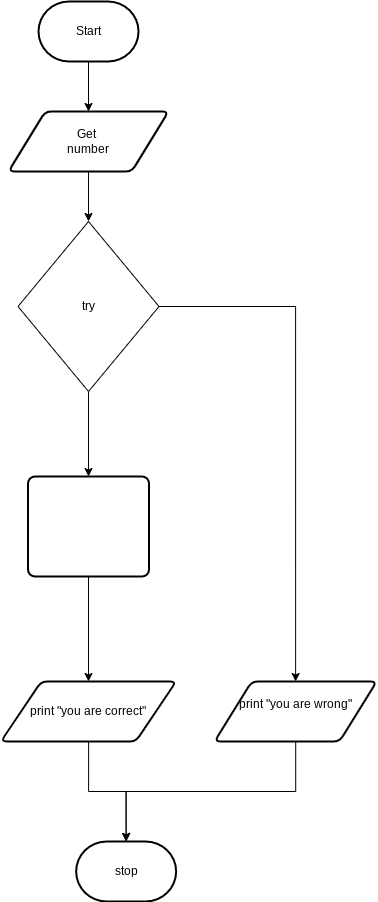
This is Flowchart.png from mohammedal-ess/ICS3U-Unit3-06-Python, a draw.io export, as it was before one commit. Source tidied: cells renumbered, new cells last; positions are measured from the earlier drawing's top-left corner, leaving out a move shared by most shapes. Its diagram source:
```xml
<mxGraphModel>
  <root>
    <mxCell id="0" />
    <mxCell id="1" parent="0" />
    <mxCell id="2" style="edgeStyle=none;html=1;entryX=0.5;entryY=0;entryDx=0;entryDy=0;" parent="1" edge="1" target="4">
      <mxGeometry relative="1" as="geometry">
        <mxPoint x="88" y="50" as="sourcePoint" />
      </mxGeometry>
    </mxCell>
    <mxCell id="3" style="edgeStyle=orthogonalEdgeStyle;html=1;entryX=0.5;entryY=0;entryDx=0;entryDy=0;rounded=0;" parent="1" edge="1" source="4" target="7">
      <mxGeometry relative="1" as="geometry" />
    </mxCell>
    <mxCell id="4" value="Get&amp;nbsp;&lt;br&gt;number" style="shape=parallelogram;html=1;strokeWidth=2;perimeter=parallelogramPerimeter;whiteSpace=wrap;rounded=1;arcSize=12;size=0.23;" parent="1" vertex="1">
      <mxGeometry x="8" y="110" width="160" height="60" as="geometry" />
    </mxCell>
    <mxCell id="5" style="edgeStyle=orthogonalEdgeStyle;rounded=0;html=1;entryX=0.5;entryY=0;entryDx=0;entryDy=0;fontColor=#FFFFFF;" parent="1" edge="1" source="7" target="16">
      <mxGeometry relative="1" as="geometry" />
    </mxCell>
    <mxCell id="6" style="edgeStyle=orthogonalEdgeStyle;rounded=0;html=1;entryX=0.5;entryY=0;entryDx=0;entryDy=0;fontColor=#FFFFFF;" parent="1" edge="1" source="7" target="10">
      <mxGeometry relative="1" as="geometry" />
    </mxCell>
    <mxCell id="7" value="try" style="rhombus;whiteSpace=wrap;html=1;" parent="1" vertex="1">
      <mxGeometry x="17.5" y="220" width="141" height="170" as="geometry" />
    </mxCell>
    <mxCell id="8" value="&lt;pre style=&quot;box-sizing: border-box ; font-size: 12px ; line-height: 1.4 ; margin: 0px ; padding: 12px ; display: block ; overflow: auto ; font-style: normal ; font-weight: 400 ; letter-spacing: normal ; text-indent: 0px ; text-transform: none ; word-spacing: 0px&quot;&gt;&lt;span class=&quot;ne&quot; style=&quot;box-sizing: border-box ; font-weight: bold&quot;&gt;&lt;font color=&quot;#ffffff&quot;&gt;Exception&lt;/font&gt;&lt;/span&gt;&lt;/pre&gt;" style="text;html=1;align=center;verticalAlign=middle;strokeColor=none;fillColor=none;" parent="1" vertex="1">
      <mxGeometry x="138" y="360" width="100" height="50" as="geometry" />
    </mxCell>
    <mxCell id="9" style="edgeStyle=orthogonalEdgeStyle;rounded=0;html=1;entryX=0.5;entryY=0;entryDx=0;entryDy=0;entryPerimeter=0;fontColor=#FFFFFF;" parent="1" edge="1" source="10" target="13">
      <mxGeometry relative="1" as="geometry">
        <Array as="points">
          <mxPoint x="295" y="790" />
          <mxPoint x="126" y="790" />
        </Array>
      </mxGeometry>
    </mxCell>
    <mxCell id="10" value="print &quot;you are wrong&quot;&lt;br&gt;&amp;nbsp;" style="shape=parallelogram;html=1;strokeWidth=2;perimeter=parallelogramPerimeter;whiteSpace=wrap;rounded=1;arcSize=12;size=0.23;" parent="1" vertex="1">
      <mxGeometry x="214" y="680" width="162.2" height="60" as="geometry" />
    </mxCell>
    <mxCell id="11" style="edgeStyle=orthogonalEdgeStyle;rounded=0;html=1;fontColor=#FFFFFF;" parent="1" edge="1" source="12" target="13">
      <mxGeometry relative="1" as="geometry" />
    </mxCell>
    <mxCell id="12" value="print &quot;you are correct&quot;" style="shape=parallelogram;html=1;strokeWidth=2;perimeter=parallelogramPerimeter;whiteSpace=wrap;rounded=1;arcSize=12;size=0.23;" parent="1" vertex="1">
      <mxGeometry x="0.4" y="680" width="175.2" height="60" as="geometry" />
    </mxCell>
    <mxCell id="13" value="stop" style="strokeWidth=2;html=1;shape=mxgraph.flowchart.terminator;whiteSpace=wrap;" parent="1" vertex="1">
      <mxGeometry x="75.6" y="840" width="100" height="60" as="geometry" />
    </mxCell>
    <mxCell id="14" value="yes" style="text;html=1;align=center;verticalAlign=middle;strokeColor=none;fillColor=none;fontColor=#FFFFFF;" parent="1" vertex="1">
      <mxGeometry x="17.5" y="375" width="30" height="20" as="geometry" />
    </mxCell>
    <mxCell id="15" style="edgeStyle=orthogonalEdgeStyle;rounded=0;html=1;entryX=0.5;entryY=0;entryDx=0;entryDy=0;fontColor=#FFFFFF;" parent="1" edge="1" source="16" target="12">
      <mxGeometry relative="1" as="geometry" />
    </mxCell>
    <mxCell id="16" value="Guessing number from 0-9" style="rounded=1;whiteSpace=wrap;html=1;absoluteArcSize=1;arcSize=14;strokeWidth=2;fontColor=#FFFFFF;" parent="1" vertex="1">
      <mxGeometry x="27.5" y="475" width="121" height="100" as="geometry" />
    </mxCell>
    <mxCell id="17" value="Start" style="strokeWidth=2;html=1;shape=mxgraph.flowchart.terminator;whiteSpace=wrap;" parent="1" vertex="1">
      <mxGeometry x="38" width="100" height="60" as="geometry" />
    </mxCell>
  </root>
</mxGraphModel>
```
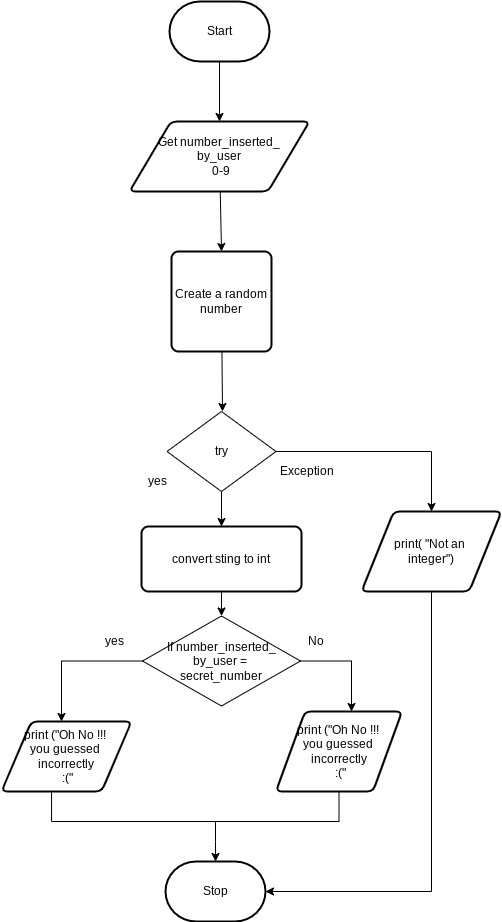
After the change.

Diff of the diagram source:
```diff
@@ -2,60 +2,112 @@
   <root>
     <mxCell id="0" />
     <mxCell id="1" parent="0" />
-    <mxCell id="2" style="edgeStyle=none;html=1;entryX=0.5;entryY=0;entryDx=0;entryDy=0;" parent="1" edge="1" target="4">
-      <mxGeometry relative="1" as="geometry">
-        <mxPoint x="88" y="50" as="sourcePoint" />
-      </mxGeometry>
-    </mxCell>
-    <mxCell id="3" style="edgeStyle=orthogonalEdgeStyle;html=1;entryX=0.5;entryY=0;entryDx=0;entryDy=0;rounded=0;" parent="1" edge="1" source="4" target="7">
-      <mxGeometry relative="1" as="geometry" />
-    </mxCell>
-    <mxCell id="4" value="Get&amp;nbsp;&lt;br&gt;number" style="shape=parallelogram;html=1;strokeWidth=2;perimeter=parallelogramPerimeter;whiteSpace=wrap;rounded=1;arcSize=12;size=0.23;" parent="1" vertex="1">
-      <mxGeometry x="8" y="110" width="160" height="60" as="geometry" />
-    </mxCell>
-    <mxCell id="5" style="edgeStyle=orthogonalEdgeStyle;rounded=0;html=1;entryX=0.5;entryY=0;entryDx=0;entryDy=0;fontColor=#FFFFFF;" parent="1" edge="1" source="7" target="16">
-      <mxGeometry relative="1" as="geometry" />
-    </mxCell>
-    <mxCell id="6" style="edgeStyle=orthogonalEdgeStyle;rounded=0;html=1;entryX=0.5;entryY=0;entryDx=0;entryDy=0;fontColor=#FFFFFF;" parent="1" edge="1" source="7" target="10">
-      <mxGeometry relative="1" as="geometry" />
-    </mxCell>
+    <mxCell id="17" style="edgeStyle=none;html=1;" parent="1" edge="1" source="18" target="20">
+      <mxGeometry relative="1" as="geometry" />
+    </mxCell>
+    <mxCell id="18" value="Start" style="strokeWidth=2;html=1;shape=mxgraph.flowchart.terminator;whiteSpace=wrap;" parent="1" vertex="1">
+      <mxGeometry x="32" y="-60" width="100" height="60" as="geometry" />
+    </mxCell>
+    <mxCell id="19" style="edgeStyle=none;html=1;" parent="1" edge="1" source="20">
+      <mxGeometry relative="1" as="geometry">
+        <mxPoint x="84" y="190" as="targetPoint" />
+      </mxGeometry>
+    </mxCell>
+    <mxCell id="20" value="Get number_inserted_&lt;br&gt;by_user&lt;br&gt;&amp;nbsp;0-9" style="shape=parallelogram;html=1;strokeWidth=2;perimeter=parallelogramPerimeter;whiteSpace=wrap;rounded=1;arcSize=12;size=0.23;" parent="1" vertex="1">
+      <mxGeometry x="-8" y="60" width="180" height="70" as="geometry" />
+    </mxCell>
+    <mxCell id="21" style="edgeStyle=elbowEdgeStyle;rounded=0;html=1;fontSize=18;" parent="1" edge="1" target="22">
+      <mxGeometry relative="1" as="geometry">
+        <mxPoint x="78" y="760" as="sourcePoint" />
+      </mxGeometry>
+    </mxCell>
+    <mxCell id="22" value="Stop" style="strokeWidth=2;html=1;shape=mxgraph.flowchart.terminator;whiteSpace=wrap;" parent="1" vertex="1">
+      <mxGeometry x="28" y="800" width="100" height="60" as="geometry" />
+    </mxCell>
+    <mxCell id="23" style="edgeStyle=none;html=1;" parent="1" edge="1" source="24">
+      <mxGeometry relative="1" as="geometry">
+        <mxPoint x="85" y="350" as="targetPoint" />
+      </mxGeometry>
+    </mxCell>
+    <mxCell id="24" value="Create a random number" style="rounded=1;whiteSpace=wrap;html=1;absoluteArcSize=1;arcSize=14;strokeWidth=2;" parent="1" vertex="1">
+      <mxGeometry x="34" y="190" width="100" height="100" as="geometry" />
+    </mxCell>
+    <mxCell id="25" style="edgeStyle=elbowEdgeStyle;html=1;fontSize=18;entryX=1;entryY=0.5;entryDx=0;entryDy=0;entryPerimeter=0;rounded=0;" parent="1" edge="1" source="26" target="22">
+      <mxGeometry relative="1" as="geometry">
+        <Array as="points">
+          <mxPoint x="294" y="650" />
+          <mxPoint x="304" y="650" />
+          <mxPoint x="294" y="540" />
+          <mxPoint x="404" y="630" />
+        </Array>
+      </mxGeometry>
+    </mxCell>
+    <mxCell id="26" value="print( &quot;Not an &lt;br&gt;integer&quot;)" style="shape=parallelogram;html=1;strokeWidth=2;perimeter=parallelogramPerimeter;whiteSpace=wrap;rounded=1;arcSize=12;size=0.23;" parent="1" vertex="1">
+      <mxGeometry x="224" y="450" width="140" height="80" as="geometry" />
+    </mxCell>
+    <mxCell id="27" style="edgeStyle=none;html=1;entryX=0.5;entryY=0;entryDx=0;entryDy=0;" parent="1" edge="1" source="7" target="36">
+      <mxGeometry relative="1" as="geometry" />
+    </mxCell>
+    <mxCell id="28" style="edgeStyle=orthogonalEdgeStyle;html=1;rounded=0;" parent="1" edge="1" source="7" target="26">
+      <mxGeometry relative="1" as="geometry">
+        <Array as="points">
+          <mxPoint x="294" y="390" />
+        </Array>
+      </mxGeometry>
+    </mxCell>
     <mxCell id="7" value="try" style="rhombus;whiteSpace=wrap;html=1;" parent="1" vertex="1">
-      <mxGeometry x="17.5" y="220" width="141" height="170" as="geometry" />
+      <mxGeometry x="29.5" y="350" width="109" height="80" as="geometry" />
     </mxCell>
+    <mxCell id="29" style="edgeStyle=orthogonalEdgeStyle;rounded=0;html=1;" parent="1" edge="1" source="31">
+      <mxGeometry relative="1" as="geometry">
+        <mxPoint x="-76" y="660" as="targetPoint" />
+      </mxGeometry>
+    </mxCell>
+    <mxCell id="30" style="edgeStyle=orthogonalEdgeStyle;rounded=0;html=1;" parent="1" edge="1" source="31">
+      <mxGeometry relative="1" as="geometry">
+        <mxPoint x="214" y="650" as="targetPoint" />
+      </mxGeometry>
+    </mxCell>
+    <mxCell id="31" value="If number_inserted_&lt;br&gt;by_user = &lt;br&gt;secret_number" style="rhombus;whiteSpace=wrap;html=1;" parent="1" vertex="1">
+      <mxGeometry x="5" y="554.5" width="158" height="90" as="geometry" />
+    </mxCell>
-    <mxCell id="8" value="&lt;pre style=&quot;box-sizing: border-box ; font-size: 12px ; line-height: 1.4 ; margin: 0px ; padding: 12px ; display: block ; overflow: auto ; font-style: normal ; font-weight: 400 ; letter-spacing: normal ; text-indent: 0px ; text-transform: none ; word-spacing: 0px&quot;&gt;&lt;span class=&quot;ne&quot; style=&quot;box-sizing: border-box ; font-weight: bold&quot;&gt;&lt;font color=&quot;#ffffff&quot;&gt;Exception&lt;/font&gt;&lt;/span&gt;&lt;/pre&gt;" style="text;html=1;align=center;verticalAlign=middle;strokeColor=none;fillColor=none;" parent="1" vertex="1">
-      <mxGeometry x="138" y="360" width="100" height="50" as="geometry" />
+    <mxCell id="8" value="Exception" style="text;html=1;align=center;verticalAlign=middle;strokeColor=none;fillColor=none;" parent="1" vertex="1">
+      <mxGeometry x="134" y="400" width="70" height="20" as="geometry" />
     </mxCell>
-    <mxCell id="9" style="edgeStyle=orthogonalEdgeStyle;rounded=0;html=1;entryX=0.5;entryY=0;entryDx=0;entryDy=0;entryPerimeter=0;fontColor=#FFFFFF;" parent="1" edge="1" source="10" target="13">
-      <mxGeometry relative="1" as="geometry">
-        <Array as="points">
-          <mxPoint x="295" y="790" />
-          <mxPoint x="126" y="790" />
-        </Array>
-      </mxGeometry>
-    </mxCell>
-    <mxCell id="10" value="print &quot;you are wrong&quot;&lt;br&gt;&amp;nbsp;" style="shape=parallelogram;html=1;strokeWidth=2;perimeter=parallelogramPerimeter;whiteSpace=wrap;rounded=1;arcSize=12;size=0.23;" parent="1" vertex="1">
-      <mxGeometry x="214" y="680" width="162.2" height="60" as="geometry" />
-    </mxCell>
-    <mxCell id="11" style="edgeStyle=orthogonalEdgeStyle;rounded=0;html=1;fontColor=#FFFFFF;" parent="1" edge="1" source="12" target="13">
-      <mxGeometry relative="1" as="geometry" />
-    </mxCell>
-    <mxCell id="12" value="print &quot;you are correct&quot;" style="shape=parallelogram;html=1;strokeWidth=2;perimeter=parallelogramPerimeter;whiteSpace=wrap;rounded=1;arcSize=12;size=0.23;" parent="1" vertex="1">
-      <mxGeometry x="0.4" y="680" width="175.2" height="60" as="geometry" />
-    </mxCell>
-    <mxCell id="13" value="stop" style="strokeWidth=2;html=1;shape=mxgraph.flowchart.terminator;whiteSpace=wrap;" parent="1" vertex="1">
-      <mxGeometry x="75.6" y="840" width="100" height="60" as="geometry" />
-    </mxCell>
-    <mxCell id="14" value="yes" style="text;html=1;align=center;verticalAlign=middle;strokeColor=none;fillColor=none;fontColor=#FFFFFF;" parent="1" vertex="1">
-      <mxGeometry x="17.5" y="375" width="30" height="20" as="geometry" />
-    </mxCell>
-    <mxCell id="15" style="edgeStyle=orthogonalEdgeStyle;rounded=0;html=1;entryX=0.5;entryY=0;entryDx=0;entryDy=0;fontColor=#FFFFFF;" parent="1" edge="1" source="16" target="12">
-      <mxGeometry relative="1" as="geometry" />
-    </mxCell>
-    <mxCell id="16" value="Guessing number from 0-9" style="rounded=1;whiteSpace=wrap;html=1;absoluteArcSize=1;arcSize=14;strokeWidth=2;fontColor=#FFFFFF;" parent="1" vertex="1">
-      <mxGeometry x="27.5" y="475" width="121" height="100" as="geometry" />
-    </mxCell>
-    <mxCell id="17" value="Start" style="strokeWidth=2;html=1;shape=mxgraph.flowchart.terminator;whiteSpace=wrap;" parent="1" vertex="1">
-      <mxGeometry x="38" width="100" height="60" as="geometry" />
-    </mxCell>
+    <mxCell id="32" value="yes" style="text;html=1;align=center;verticalAlign=middle;strokeColor=none;fillColor=none;" parent="1" vertex="1">
+      <mxGeometry x="5" y="410" width="30" height="20" as="geometry" />
+    </mxCell>
+    <mxCell id="33" value="print (&quot;Oh No !!! &lt;br&gt;you guessed &lt;br&gt;incorrectly&lt;br&gt;&amp;nbsp;:(&quot;" style="shape=parallelogram;html=1;strokeWidth=2;perimeter=parallelogramPerimeter;whiteSpace=wrap;rounded=1;arcSize=12;size=0.23;" parent="1" vertex="1">
+      <mxGeometry x="-136" y="660" width="130" height="70" as="geometry" />
+    </mxCell>
+    <mxCell id="34" value="print (&quot;Oh No !!! &lt;br&gt;you guessed &lt;br&gt;incorrectly&lt;br&gt;&amp;nbsp;:(&quot;" style="shape=parallelogram;html=1;strokeWidth=2;perimeter=parallelogramPerimeter;whiteSpace=wrap;rounded=1;arcSize=12;size=0.23;" parent="1" vertex="1">
+      <mxGeometry x="138.5" y="650" width="126" height="80" as="geometry" />
+    </mxCell>
+    <mxCell id="35" style="edgeStyle=orthogonalEdgeStyle;rounded=0;html=1;" parent="1" edge="1" source="36" target="31">
+      <mxGeometry relative="1" as="geometry">
+        <Array as="points">
+          <mxPoint x="83" y="590" />
+          <mxPoint x="83" y="590" />
+        </Array>
+      </mxGeometry>
+    </mxCell>
+    <mxCell id="36" value="convert sting to int" style="rounded=1;whiteSpace=wrap;html=1;absoluteArcSize=1;arcSize=14;strokeWidth=2;" parent="1" vertex="1">
+      <mxGeometry x="4" y="465" width="160" height="65" as="geometry" />
+    </mxCell>
+    <mxCell id="37" style="endArrow=none;html=1;rounded=0;edgeStyle=elbowEdgeStyle;elbow=vertical;entryX=0.5;entryY=1;entryDx=0;entryDy=0;exitX=0.385;exitY=1;exitDx=0;exitDy=0;exitPerimeter=0;" parent="1" edge="1" source="33" target="34">
+      <mxGeometry relative="1" as="geometry">
+        <Array as="points">
+          <mxPoint x="74" y="760" />
+          <mxPoint x="-71" y="760" />
+          <mxPoint x="54" y="760" />
+        </Array>
+      </mxGeometry>
+    </mxCell>
+    <mxCell id="38" value="yes" style="text;html=1;align=center;verticalAlign=middle;strokeColor=none;fillColor=none;" parent="1" vertex="1">
+      <mxGeometry x="-38" y="570" width="30" height="20" as="geometry" />
+    </mxCell>
+    <mxCell id="39" value="No" style="text;html=1;align=center;verticalAlign=middle;strokeColor=none;fillColor=none;" parent="1" vertex="1">
+      <mxGeometry x="163" y="570" width="30" height="20" as="geometry" />
+    </mxCell>
   </root>
 </mxGraphModel>
```
